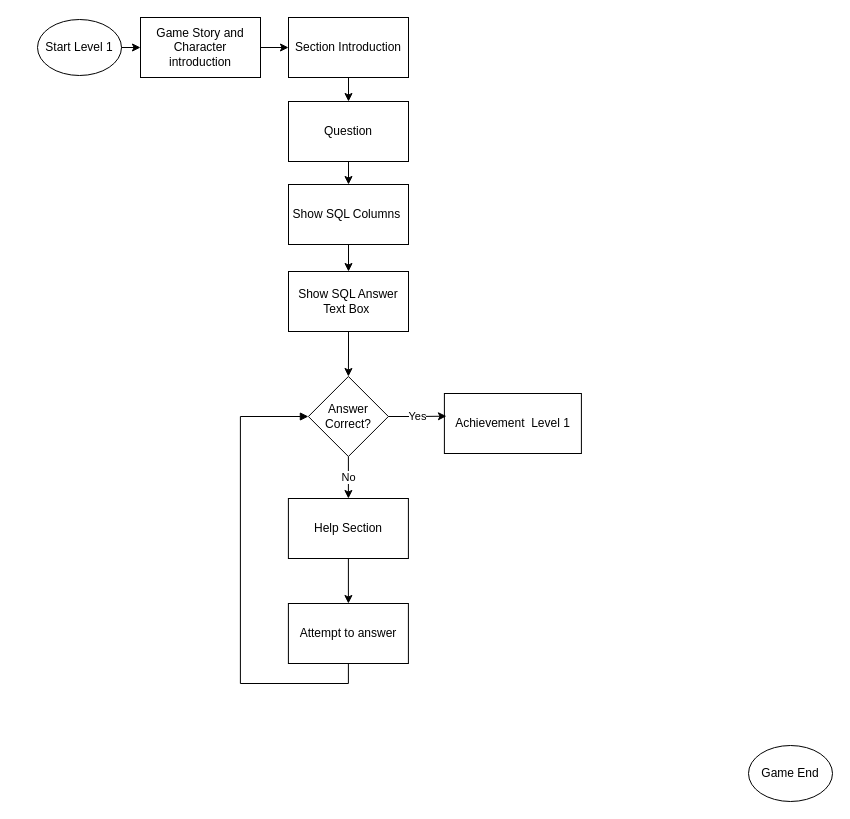
The draw.io diagram page "Game-Flow" (2 of 2) of Notes/Diagrams/sql_safari_usecase.drawio in Salinda7329/sql_safari, before the edit. Source tidied: cells renumbered, new cells numbered last; positions are measured from the earlier drawing's top-left corner, leaving out a move shared by most shapes. Both pictures are drawn from the tidied source at 100%, with x=0, y=0 at pixel (37, 17).
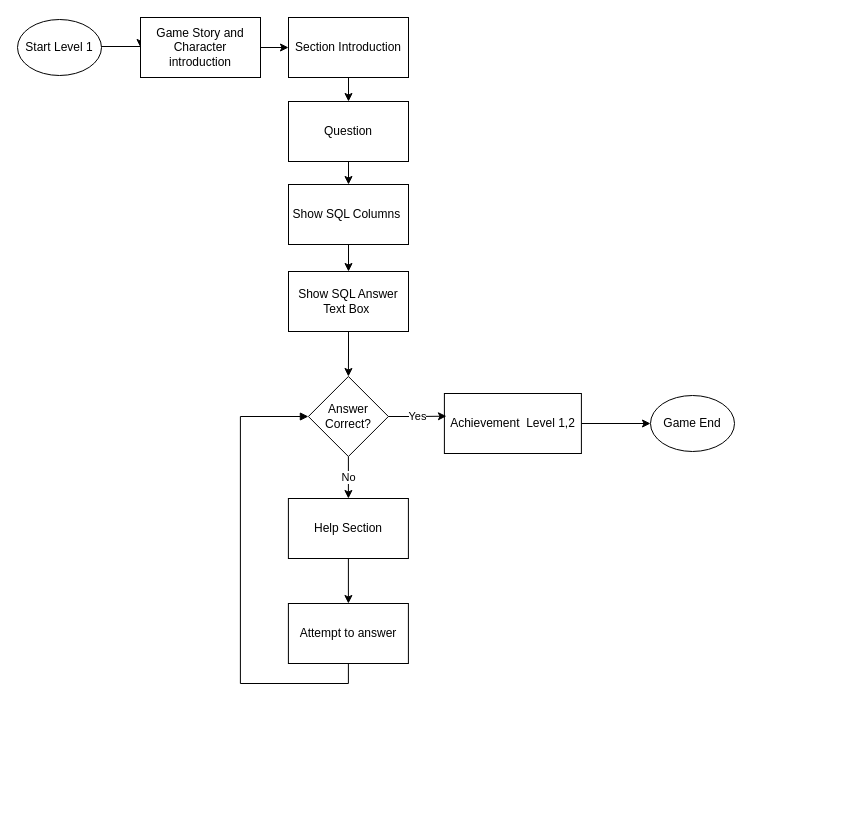
Above is the later version.

The change refers to these unchanged cells:
```xml
<mxCell id="16" value="Game Story and Character&lt;br&gt;introduction" style="rounded=0;whiteSpace=wrap;html=1;" parent="1" vertex="1">
  <mxGeometry x="103" width="120" height="60" as="geometry" />
</mxCell>
```

The edit, as a diff of the source:
```diff
@@
     <mxCell id="2" value="Start Level 1" style="ellipse;whiteSpace=wrap;html=1;" parent="1" vertex="1">
-      <mxGeometry y="2" width="84" height="56" as="geometry" />
+      <mxGeometry x="-20" y="2" width="84" height="56" as="geometry" />
     </mxCell>
-    <mxCell id="3" style="edgeStyle=orthogonalEdgeStyle;rounded=0;jettySize=auto;html=1;exitX=1;exitY=0.5;exitDx=0;exitDy=0;entryX=0;entryY=0.5;entryDx=0;entryDy=0;" parent="1" edge="1" source="2" target="16">
-      <mxGeometry relative="1" as="geometry" />
+    <mxCell id="3" style="edgeStyle=orthogonalEdgeStyle;rounded=0;jettySize=auto;html=1;entryX=0;entryY=0.5;entryDx=0;entryDy=0;" parent="1" edge="1" target="16">
+      <mxGeometry relative="1" as="geometry">
+        <mxPoint x="64" y="29" as="sourcePoint" />
+      </mxGeometry>
     </mxCell>
+    <mxCell id="23" style="edgeStyle=orthogonalEdgeStyle;rounded=0;jettySize=auto;html=1;exitX=1;exitY=0.5;exitDx=0;exitDy=0;entryX=0;entryY=0.5;entryDx=0;entryDy=0;" parent="1" edge="1" source="4" target="12">
+      <mxGeometry relative="1" as="geometry" />
+    </mxCell>
-    <mxCell id="4" value="Achievement&amp;nbsp; Level 1" style="rounded=0;whiteSpace=wrap;html=1;" parent="1" vertex="1">
+    <mxCell id="4" value="Achievement&amp;nbsp; Level 1,2" style="rounded=0;whiteSpace=wrap;html=1;" parent="1" vertex="1">
       <mxGeometry x="406.9" y="376" width="137" height="60" as="geometry" />
     </mxCell>
@@
     <mxCell id="12" value="Game End" style="ellipse;whiteSpace=wrap;html=1;" parent="1" vertex="1">
-      <mxGeometry x="711" y="728" width="84" height="56" as="geometry" />
+      <mxGeometry x="613" y="378" width="84" height="56" as="geometry" />
     </mxCell>
```
